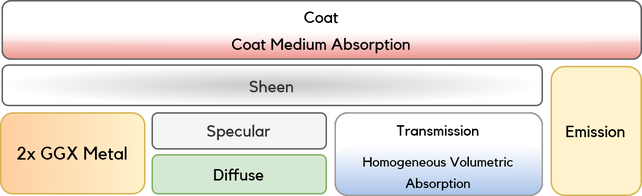
Before: assets/img/HIPRT-Path-Tracer/LayeredBSDF.png, a diagram exported from draw.io (TomClabault/tomclabault.github.io). Source tidied: cells renumbered, new cells last; positions are measured from the earlier drawing's top-left corner, leaving out a move shared by most shapes.
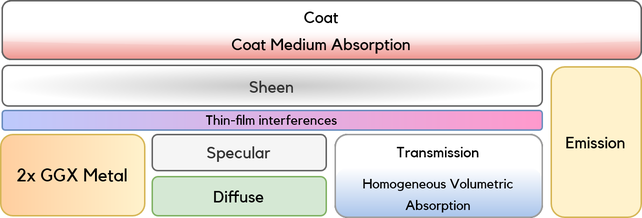
After the change.

Commit message:
Update for thin-film iridescence

What changed in the source:
```diff
@@ -3,13 +3,13 @@
     <mxCell id="0" />
     <mxCell id="1" parent="0" />
     <mxCell id="2" style="rounded=1;whiteSpace=wrap;html=1;strokeWidth=1;" parent="1" vertex="1">
-      <mxGeometry x="1" width="426" height="39" as="geometry" />
+      <mxGeometry x="1" y="-14" width="426" height="39" as="geometry" />
     </mxCell>
     <mxCell id="3" style="rounded=1;whiteSpace=wrap;html=1;strokeWidth=1;" parent="1" vertex="1">
       <mxGeometry x="223" y="75" width="138" height="55" as="geometry" />
     </mxCell>
     <mxCell id="4" value="&lt;font style=&quot;font-size: 11px;&quot; face=&quot;Kollektif&quot;&gt;Sheen&lt;/font&gt;" style="rounded=1;whiteSpace=wrap;html=1;fillColor=#C7C7C7;fontColor=#333333;strokeColor=#666666;gradientColor=#FFFFFF;gradientDirection=radial;" parent="1" vertex="1">
-      <mxGeometry x="1" y="43" width="360" height="27" as="geometry" />
+      <mxGeometry x="1" y="29" width="360" height="27" as="geometry" />
     </mxCell>
     <mxCell id="5" value="&lt;font face=&quot;Kollektif&quot;&gt;2x GGX Metal&lt;br&gt;&lt;/font&gt;" style="rounded=1;whiteSpace=wrap;html=1;fillColor=#fff2cc;strokeColor=#d6b656;gradientColor=#FFCE9F;gradientDirection=west;" parent="1" vertex="1">
       <mxGeometry y="75" width="96" height="54" as="geometry" />
@@ -27,13 +27,13 @@
       <mxGeometry x="223" y="97" width="138" height="33" as="geometry" />
     </mxCell>
     <mxCell id="10" value="&lt;font style=&quot;font-size: 11px;&quot; face=&quot;Kollektif&quot;&gt;Emission&lt;/font&gt;" style="rounded=1;whiteSpace=wrap;html=1;fillColor=#fff2cc;strokeColor=#d6b656;" parent="1" vertex="1">
-      <mxGeometry x="367" y="44" width="60" height="86" as="geometry" />
+      <mxGeometry x="367" y="30" width="60" height="100" as="geometry" />
     </mxCell>
     <mxCell id="11" style="rounded=1;whiteSpace=wrap;html=1;fillColor=none;fontColor=#333333;strokeColor=#9F9F9F;strokeWidth=1;" parent="1" vertex="1">
       <mxGeometry x="223" y="75" width="138" height="55" as="geometry" />
     </mxCell>
     <mxCell id="12" style="group;" parent="1" vertex="1">
-      <mxGeometry x="1" y="1" width="426" height="38" as="geometry" />
+      <mxGeometry x="1" y="-13" width="426" height="38" as="geometry" />
     </mxCell>
     <mxCell id="13" value="&lt;div style=&quot;font-size: 11px;&quot;&gt;&lt;font style=&quot;font-size: 11px;&quot; face=&quot;Kollektif&quot;&gt;Coat&lt;/font&gt;&lt;/div&gt;" style="rounded=1;whiteSpace=wrap;html=1;gradientDirection=radial;glass=0;rotation=0;strokeWidth=0;perimeterSpacing=1;strokeColor=none;" parent="12" vertex="1">
       <mxGeometry width="426" height="20" as="geometry" />
@@ -42,7 +42,10 @@
       <mxGeometry y="18" width="426" height="20" as="geometry" />
     </mxCell>
     <mxCell id="15" style="rounded=1;whiteSpace=wrap;html=1;fillColor=none;fontColor=#333333;strokeColor=#666666;strokeWidth=1;" parent="1" vertex="1">
-      <mxGeometry x="1" width="426" height="39" as="geometry" />
+      <mxGeometry x="1" y="-14" width="426" height="39" as="geometry" />
     </mxCell>
+    <mxCell id="16" value="&lt;font style=&quot;font-size: 9px;&quot;&gt;Thin-film interferences&lt;br style=&quot;font-size: 9px;&quot;&gt;&lt;/font&gt;" style="rounded=1;whiteSpace=wrap;html=1;fillColor=#BDCAFC;strokeColor=#6c8ebf;gradientDirection=east;gradientColor=#FF99CC;glass=0;verticalAlign=middle;fontSize=9;fontFamily=Kollektif;fontSource=https%3A%2F%2Ffonts.googleapis.com%2Fcss%3Ffamily%3DKollektif;" parent="1" vertex="1">
+      <mxGeometry x="1" y="59" width="360" height="13" as="geometry" />
+    </mxCell>
   </root>
 </mxGraphModel>
```
